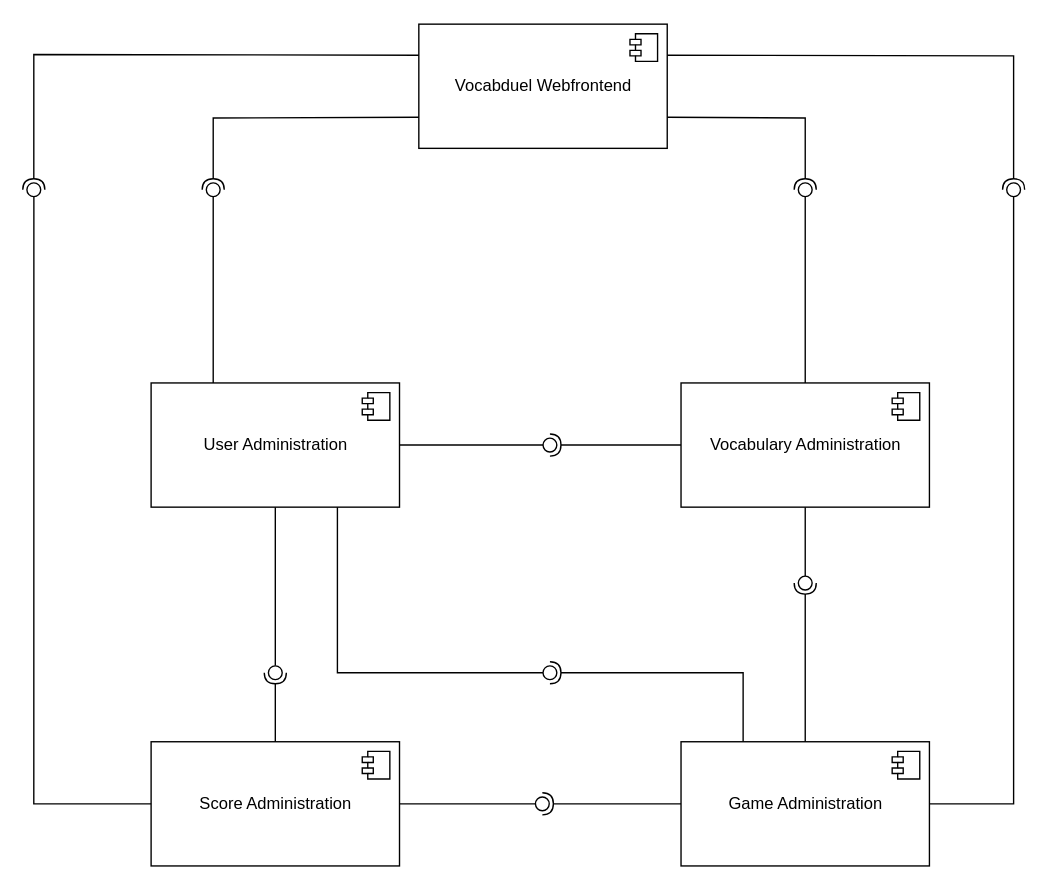
lucaslar/htw-kba-gr7-vocabduel-monorepo keeps this draw.io diagram as components_diagram.drawio. Above is the earlier version. Source tidied: cells renumbered, new cells numbered last; positions are measured from the earlier drawing's top-left corner, leaving out a move shared by most shapes. Both pictures are drawn from the tidied source at 138%, with x=0, y=0 at pixel (26, 23).
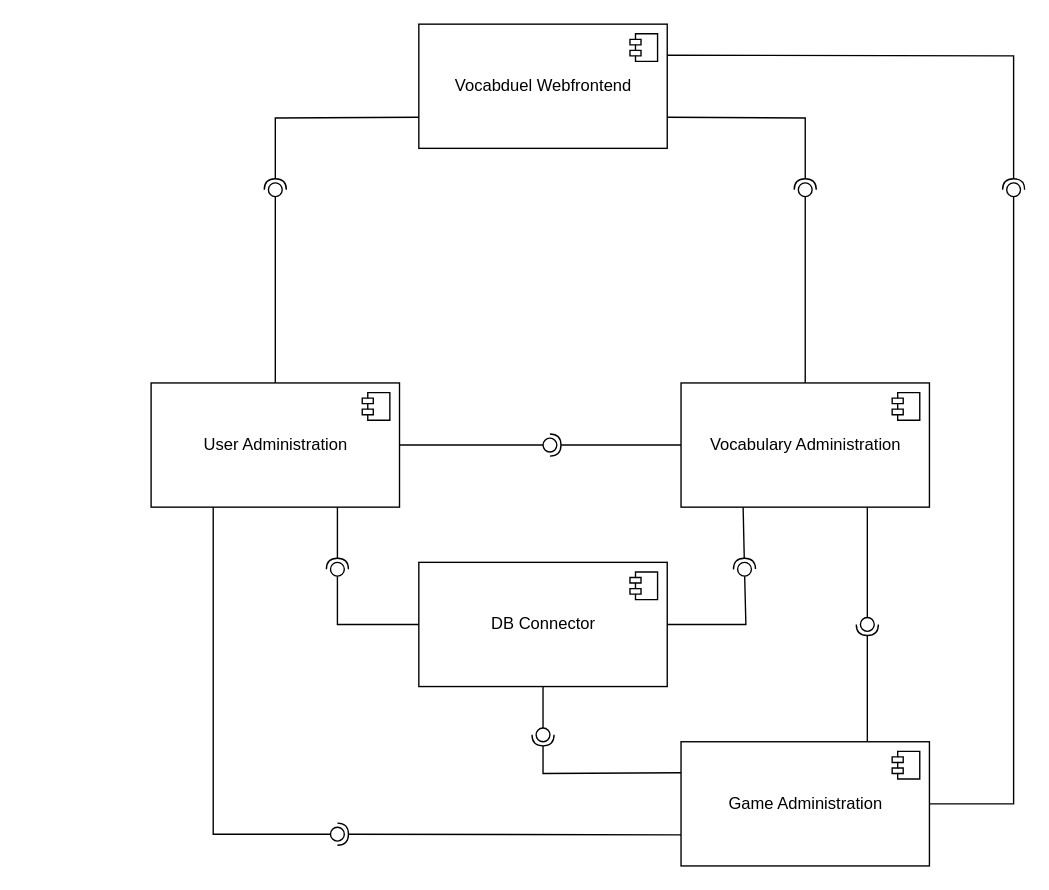
The same page after the edit.

Unchanged cells that the change refers to:
```xml
<mxCell id="2" value="User Administration" style="html=1;" parent="1" vertex="1">
  <mxGeometry x="90" y="260" width="180" height="90" as="geometry" />
</mxCell>
<mxCell id="4" value="Vocabulary Administration" style="html=1;" parent="1" vertex="1">
  <mxGeometry x="474" y="260" width="180" height="90" as="geometry" />
</mxCell>
<mxCell id="6" value="Game Administration" style="html=1;" parent="1" vertex="1">
  <mxGeometry x="474" y="520" width="180" height="90" as="geometry" />
</mxCell>
<mxCell id="8" value="Vocabduel Webfrontend" style="html=1;" parent="1" vertex="1">
  <mxGeometry x="284" width="180" height="90" as="geometry" />
</mxCell>
```

The edit, as a diff of the source:
```diff
@@
-    <mxCell id="10" value="Score Administration" style="html=1;" parent="1" vertex="1">
-      <mxGeometry x="90" y="520" width="180" height="90" as="geometry" />
-    </mxCell>
-    <mxCell id="11" style="shape=module;jettyWidth=8;jettyHeight=4;" parent="10" vertex="1">
-      <mxGeometry x="1" width="20" height="20" relative="1" as="geometry">
-        <mxPoint x="-27" y="7" as="offset" />
-      </mxGeometry>
-    </mxCell>
-    <mxCell id="12" style="rounded=0;jettySize=auto;html=1;endArrow=none;endFill=0;exitX=0.25;exitY=0;exitDx=0;exitDy=0;" parent="1" edge="1" source="2" target="14">
+    <mxCell id="12" style="rounded=0;jettySize=auto;html=1;endArrow=none;endFill=0;exitX=0.5;exitY=0;exitDx=0;exitDy=0;" parent="1" edge="1" source="2" target="14">
       <mxGeometry relative="1" as="geometry" />
     </mxCell>
     <mxCell id="13" style="rounded=0;jettySize=auto;html=1;endArrow=halfCircle;endFill=0;entryX=0.5;entryY=0.5;entryDx=0;entryDy=0;endSize=6;strokeWidth=1;exitX=0;exitY=0.75;exitDx=0;exitDy=0;" parent="1" edge="1" source="8" target="14">
       <mxGeometry relative="1" as="geometry">
         <Array as="points">
-          <mxPoint x="135" y="68" />
+          <mxPoint x="180" y="68" />
         </Array>
       </mxGeometry>
     </mxCell>
     <mxCell id="14" style="ellipse;whiteSpace=wrap;html=1;fontFamily=Helvetica;fontSize=12;fontColor=#000000;align=center;strokeColor=#000000;fillColor=#ffffff;points=[];" parent="1" vertex="1">
-      <mxGeometry x="130" y="115" width="10" height="10" as="geometry" />
+      <mxGeometry x="175" y="115" width="10" height="10" as="geometry" />
     </mxCell>
@@
-    <mxCell id="18" style="rounded=0;jettySize=auto;html=1;endArrow=none;endFill=0;entryX=0.505;entryY=0.995;entryDx=0;entryDy=0;entryPerimeter=0;exitX=0;exitY=0.5;exitDx=0;exitDy=0;" parent="1" edge="1" source="10" target="20">
-      <mxGeometry relative="1" as="geometry">
-        <Array as="points">
-          <mxPoint x="5" y="565" />
-        </Array>
-      </mxGeometry>
-    </mxCell>
-    <mxCell id="19" style="rounded=0;jettySize=auto;html=1;endArrow=halfCircle;endFill=0;entryX=0.5;entryY=0.5;entryDx=0;entryDy=0;endSize=6;strokeWidth=1;exitX=0;exitY=0.25;exitDx=0;exitDy=0;" parent="1" edge="1" source="8" target="20">
-      <mxGeometry relative="1" as="geometry">
-        <Array as="points">
-          <mxPoint x="5" y="22" />
-        </Array>
-      </mxGeometry>
-    </mxCell>
-    <mxCell id="20" style="ellipse;whiteSpace=wrap;html=1;fontFamily=Helvetica;fontSize=12;fontColor=#000000;align=center;strokeColor=#000000;fillColor=#ffffff;points=[];" parent="1" vertex="1">
-      <mxGeometry y="115" width="10" height="10" as="geometry" />
-    </mxCell>
-    <mxCell id="21" style="rounded=0;jettySize=auto;html=1;endArrow=none;endFill=0;exitX=0.5;exitY=1;exitDx=0;exitDy=0;" parent="1" edge="1" source="4" target="23">
+    <mxCell id="21" style="rounded=0;jettySize=auto;html=1;endArrow=none;endFill=0;exitX=0.75;exitY=1;exitDx=0;exitDy=0;" parent="1" edge="1" source="4" target="23">
       <mxGeometry relative="1" as="geometry" />
     </mxCell>
-    <mxCell id="22" style="rounded=0;jettySize=auto;html=1;endArrow=halfCircle;endFill=0;entryX=0.5;entryY=0.5;entryDx=0;entryDy=0;endSize=6;strokeWidth=1;" parent="1" edge="1" source="6" target="23">
+    <mxCell id="22" style="rounded=0;jettySize=auto;html=1;endArrow=halfCircle;endFill=0;entryX=0.5;entryY=0.5;entryDx=0;entryDy=0;endSize=6;strokeWidth=1;exitX=0.75;exitY=0;exitDx=0;exitDy=0;" parent="1" edge="1" source="6" target="23">
       <mxGeometry relative="1" as="geometry" />
     </mxCell>
     <mxCell id="23" style="ellipse;whiteSpace=wrap;html=1;fontFamily=Helvetica;fontSize=12;fontColor=#000000;align=center;strokeColor=#000000;fillColor=#ffffff;points=[];" parent="1" vertex="1">
-      <mxGeometry x="559" y="400" width="10" height="10" as="geometry" />
+      <mxGeometry x="604" y="430" width="10" height="10" as="geometry" />
     </mxCell>
-    <mxCell id="24" style="rounded=0;jettySize=auto;html=1;endArrow=none;endFill=0;" parent="1" edge="1" source="2" target="26">
-      <mxGeometry relative="1" as="geometry" />
-    </mxCell>
-    <mxCell id="25" style="rounded=0;jettySize=auto;html=1;endArrow=halfCircle;endFill=0;endSize=6;strokeWidth=1;" parent="1" edge="1" source="10">
-      <mxGeometry relative="1" as="geometry">
-        <mxPoint x="180" y="470" as="targetPoint" />
-      </mxGeometry>
-    </mxCell>
-    <mxCell id="26" style="ellipse;whiteSpace=wrap;html=1;fontFamily=Helvetica;fontSize=12;fontColor=#000000;align=center;strokeColor=#000000;fillColor=#ffffff;points=[];" parent="1" vertex="1">
-      <mxGeometry x="175" y="465" width="10" height="10" as="geometry" />
-    </mxCell>
-    <mxCell id="27" style="rounded=0;jettySize=auto;html=1;endArrow=none;endFill=0;exitX=1;exitY=0.5;exitDx=0;exitDy=0;" parent="1" edge="1" source="10" target="29">
-      <mxGeometry relative="1" as="geometry" />
-    </mxCell>
-    <mxCell id="28" style="rounded=0;jettySize=auto;html=1;endArrow=halfCircle;endFill=0;entryX=0.5;entryY=0.5;entryDx=0;entryDy=0;endSize=6;strokeWidth=1;exitX=0;exitY=0.5;exitDx=0;exitDy=0;" parent="1" edge="1" source="6" target="29">
-      <mxGeometry relative="1" as="geometry" />
-    </mxCell>
-    <mxCell id="29" style="ellipse;whiteSpace=wrap;html=1;fontFamily=Helvetica;fontSize=12;fontColor=#000000;align=center;strokeColor=#000000;fillColor=#ffffff;points=[];" parent="1" vertex="1">
-      <mxGeometry x="368.5" y="560" width="10" height="10" as="geometry" />
-    </mxCell>
-    <mxCell id="30" style="rounded=0;jettySize=auto;html=1;endArrow=none;endFill=0;exitX=0.75;exitY=1;exitDx=0;exitDy=0;entryX=-0.001;entryY=0.502;entryDx=0;entryDy=0;entryPerimeter=0;" parent="1" edge="1" source="2" target="32">
+    <mxCell id="30" style="rounded=0;jettySize=auto;html=1;endArrow=none;endFill=0;exitX=0.25;exitY=1;exitDx=0;exitDy=0;entryX=-0.001;entryY=0.502;entryDx=0;entryDy=0;entryPerimeter=0;" parent="1" edge="1" source="2" target="32">
       <mxGeometry relative="1" as="geometry">
         <Array as="points">
-          <mxPoint x="225" y="470" />
+          <mxPoint x="135" y="587" />
         </Array>
       </mxGeometry>
     </mxCell>
-    <mxCell id="31" style="rounded=0;jettySize=auto;html=1;endArrow=halfCircle;endFill=0;entryX=0.5;entryY=0.5;entryDx=0;entryDy=0;endSize=6;strokeWidth=1;exitX=0.25;exitY=0;exitDx=0;exitDy=0;" parent="1" edge="1" source="6" target="32">
-      <mxGeometry relative="1" as="geometry">
-        <Array as="points">
-          <mxPoint x="519" y="470" />
-        </Array>
-      </mxGeometry>
+    <mxCell id="31" style="rounded=0;jettySize=auto;html=1;endArrow=halfCircle;endFill=0;entryX=0.5;entryY=0.5;entryDx=0;entryDy=0;endSize=6;strokeWidth=1;exitX=0;exitY=0.75;exitDx=0;exitDy=0;" parent="1" edge="1" source="6" target="32">
+      <mxGeometry relative="1" as="geometry" />
     </mxCell>
     <mxCell id="32" style="ellipse;whiteSpace=wrap;html=1;fontFamily=Helvetica;fontSize=12;fontColor=#000000;align=center;strokeColor=#000000;fillColor=#ffffff;points=[];" parent="1" vertex="1">
-      <mxGeometry x="374" y="465" width="10" height="10" as="geometry" />
+      <mxGeometry x="220" y="582" width="10" height="10" as="geometry" />
     </mxCell>
@@
+    <mxCell id="39" value="DB Connector" style="html=1;" parent="1" vertex="1">
+      <mxGeometry x="284" y="390" width="180" height="90" as="geometry" />
+    </mxCell>
+    <mxCell id="40" style="shape=module;jettyWidth=8;jettyHeight=4;" parent="39" vertex="1">
+      <mxGeometry x="1" width="20" height="20" relative="1" as="geometry">
+        <mxPoint x="-27" y="7" as="offset" />
+      </mxGeometry>
+    </mxCell>
+    <mxCell id="41" style="rounded=0;jettySize=auto;html=1;endArrow=none;endFill=0;exitX=0;exitY=0.5;exitDx=0;exitDy=0;" parent="1" edge="1" source="39" target="43">
+      <mxGeometry relative="1" as="geometry">
+        <Array as="points">
+          <mxPoint x="225" y="435" />
+        </Array>
+      </mxGeometry>
+    </mxCell>
+    <mxCell id="42" style="rounded=0;jettySize=auto;html=1;endArrow=halfCircle;endFill=0;entryX=0.5;entryY=0.5;entryDx=0;entryDy=0;endSize=6;strokeWidth=1;exitX=0.75;exitY=1;exitDx=0;exitDy=0;" parent="1" edge="1" source="2" target="43">
+      <mxGeometry relative="1" as="geometry" />
+    </mxCell>
+    <mxCell id="43" style="ellipse;whiteSpace=wrap;html=1;fontFamily=Helvetica;fontSize=12;fontColor=#000000;align=center;strokeColor=#000000;fillColor=#ffffff;points=[];" parent="1" vertex="1">
+      <mxGeometry x="220" y="390" width="10" height="10" as="geometry" />
+    </mxCell>
+    <mxCell id="44" style="rounded=0;jettySize=auto;html=1;endArrow=none;endFill=0;exitX=0.5;exitY=1;exitDx=0;exitDy=0;" parent="1" edge="1" source="39" target="46">
+      <mxGeometry relative="1" as="geometry" />
+    </mxCell>
+    <mxCell id="45" style="rounded=0;jettySize=auto;html=1;endArrow=halfCircle;endFill=0;entryX=0.5;entryY=0.5;entryDx=0;entryDy=0;endSize=6;strokeWidth=1;exitX=0;exitY=0.25;exitDx=0;exitDy=0;" parent="1" edge="1" source="6" target="46">
+      <mxGeometry relative="1" as="geometry">
+        <Array as="points">
+          <mxPoint x="374" y="543" />
+        </Array>
+      </mxGeometry>
+    </mxCell>
+    <mxCell id="46" style="ellipse;whiteSpace=wrap;html=1;fontFamily=Helvetica;fontSize=12;fontColor=#000000;align=center;strokeColor=#000000;fillColor=#ffffff;points=[];" parent="1" vertex="1">
+      <mxGeometry x="369" y="510" width="10" height="10" as="geometry" />
+    </mxCell>
+    <mxCell id="47" style="rounded=0;jettySize=auto;html=1;endArrow=none;endFill=0;" parent="1" edge="1" source="39" target="49">
+      <mxGeometry relative="1" as="geometry">
+        <Array as="points">
+          <mxPoint x="521" y="435" />
+        </Array>
+      </mxGeometry>
+    </mxCell>
+    <mxCell id="48" style="rounded=0;jettySize=auto;html=1;endArrow=halfCircle;endFill=0;entryX=0.5;entryY=0.5;entryDx=0;entryDy=0;endSize=6;strokeWidth=1;exitX=0.25;exitY=1;exitDx=0;exitDy=0;" parent="1" edge="1" source="4" target="49">
+      <mxGeometry relative="1" as="geometry" />
+    </mxCell>
+    <mxCell id="49" style="ellipse;whiteSpace=wrap;html=1;fontFamily=Helvetica;fontSize=12;fontColor=#000000;align=center;strokeColor=#000000;fillColor=#ffffff;points=[];" parent="1" vertex="1">
+      <mxGeometry x="515" y="390" width="10" height="10" as="geometry" />
+    </mxCell>
```
